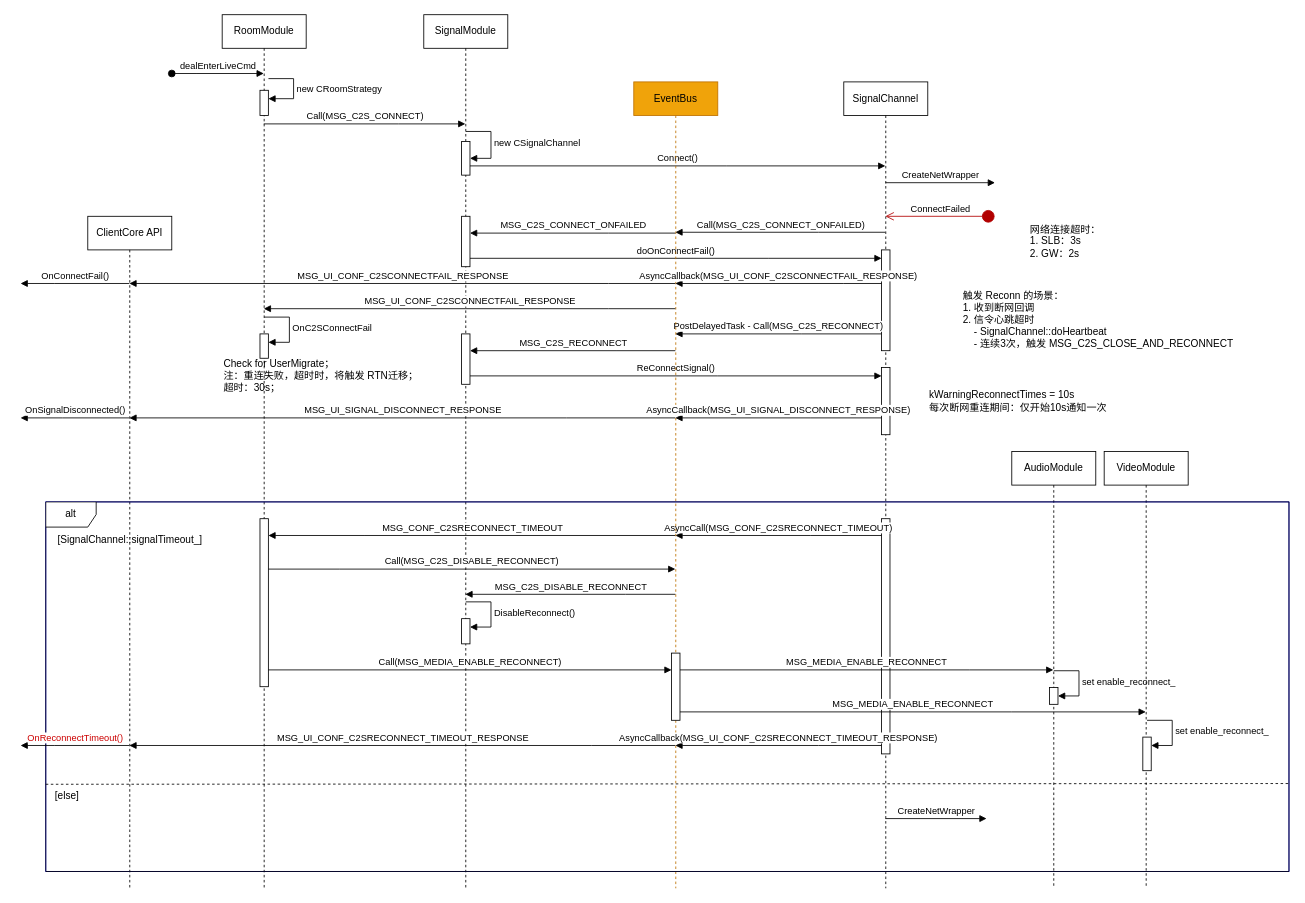
The draw.io diagram reconnect.drawio in cnnop007/arch-docs, before the edit. Source tidied: cells renumbered, new cells numbered last; positions are measured from the earlier drawing's top-left corner, leaving out a move shared by most shapes. Both pictures are drawn from the tidied source at 84%, with x=0, y=0 at pixel (20, 14).
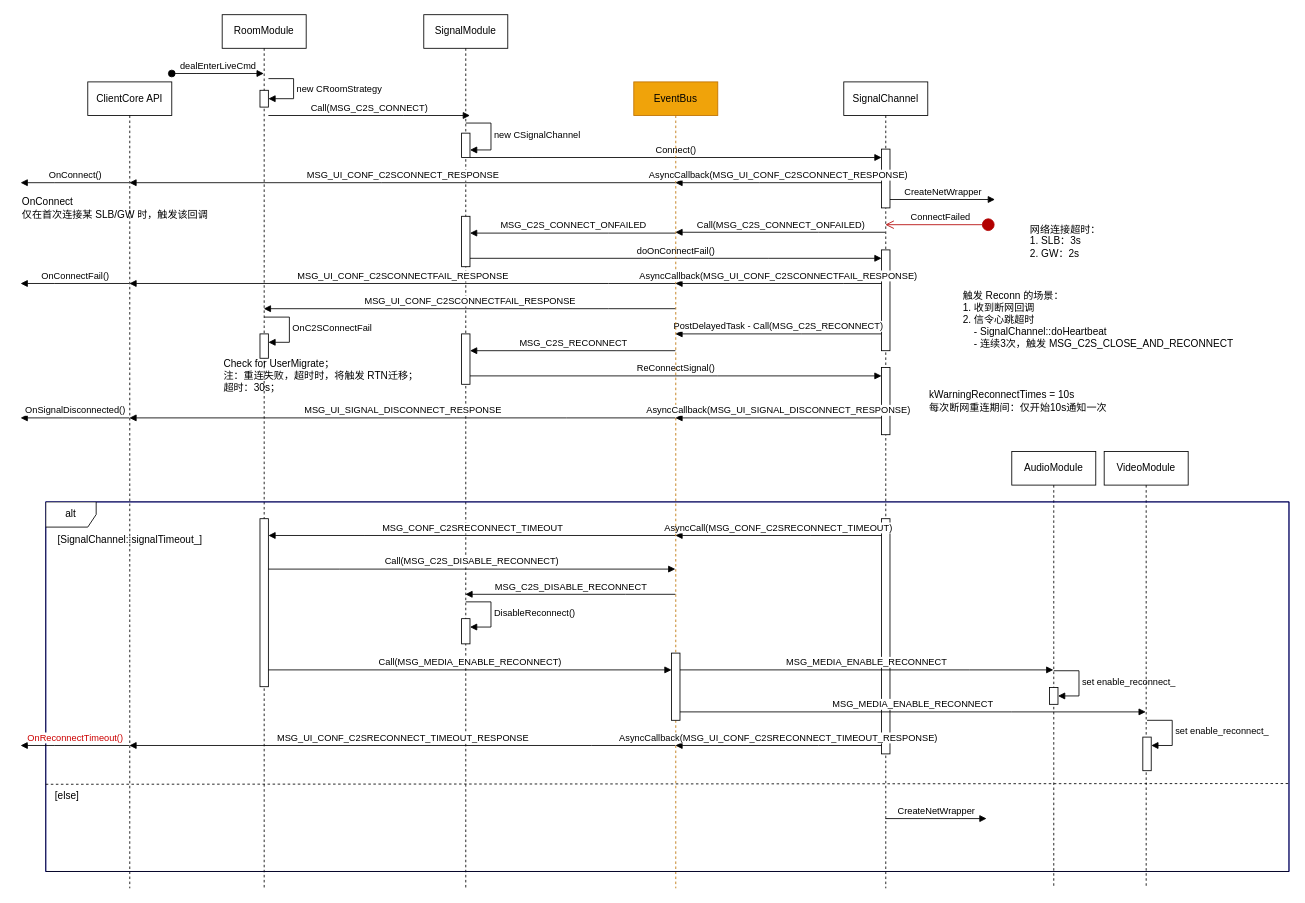
The same diagram, later.

The change refers to these unchanged cells:
```xml
<mxCell id="2" value="RoomModule" style="shape=umlLifeline;perimeter=lifelinePerimeter;whiteSpace=wrap;html=1;outlineConnect=0;portConstraint=eastwest;newEdgeStyle={&quot;edgeStyle&quot;:&quot;elbowEdgeStyle&quot;,&quot;elbow&quot;:&quot;vertical&quot;,&quot;curved&quot;:0,&quot;rounded&quot;:0};" parent="1" vertex="1">
  <mxGeometry x="240" width="100" height="1040" as="geometry" />
</mxCell>
<mxCell id="9" value="SignalModule" style="shape=umlLifeline;perimeter=lifelinePerimeter;whiteSpace=wrap;html=1;outlineConnect=0;portConstraint=eastwest;newEdgeStyle={&quot;edgeStyle&quot;:&quot;elbowEdgeStyle&quot;,&quot;elbow&quot;:&quot;vertical&quot;,&quot;curved&quot;:0,&quot;rounded&quot;:0};" parent="1" vertex="1">
  <mxGeometry x="480" width="100" height="1040" as="geometry" />
</mxCell>
<mxCell id="16" value="SignalChannel" style="shape=umlLifeline;perimeter=lifelinePerimeter;whiteSpace=wrap;html=1;outlineConnect=0;portConstraint=eastwest;newEdgeStyle={&quot;edgeStyle&quot;:&quot;elbowEdgeStyle&quot;,&quot;elbow&quot;:&quot;vertical&quot;,&quot;curved&quot;:0,&quot;rounded&quot;:0};" parent="1" vertex="1">
  <mxGeometry x="980" y="80" width="100" height="960" as="geometry" />
</mxCell>
<mxCell id="28" value="EventBus" style="shape=umlLifeline;perimeter=lifelinePerimeter;whiteSpace=wrap;html=1;outlineConnect=0;portConstraint=eastwest;newEdgeStyle={&quot;edgeStyle&quot;:&quot;elbowEdgeStyle&quot;,&quot;elbow&quot;:&quot;vertical&quot;,&quot;curved&quot;:0,&quot;rounded&quot;:0};strokeColor=#BD7000;fillColor=#f0a30a;fontColor=#000000;" parent="1" vertex="1">
  <mxGeometry x="730" y="80" width="100" height="960" as="geometry" />
</mxCell>
```

Change to the diagram source:
```diff
@@
     <mxCell id="4" style="html=1;points=[];perimeter=orthogonalPerimeter;outlineConnect=0;targetShapes=umlLifeline;portConstraint=eastwest;newEdgeStyle={&quot;edgeStyle&quot;:&quot;elbowEdgeStyle&quot;,&quot;elbow&quot;:&quot;vertical&quot;,&quot;curved&quot;:0,&quot;rounded&quot;:0};" parent="2" vertex="1">
-      <mxGeometry x="45" y="90" width="10" height="30" as="geometry" />
+      <mxGeometry x="45" y="90" width="10" height="20" as="geometry" />
     </mxCell>
@@
     <mxCell id="10" style="html=1;points=[];perimeter=orthogonalPerimeter;outlineConnect=0;targetShapes=umlLifeline;portConstraint=eastwest;newEdgeStyle={&quot;edgeStyle&quot;:&quot;elbowEdgeStyle&quot;,&quot;elbow&quot;:&quot;vertical&quot;,&quot;curved&quot;:0,&quot;rounded&quot;:0};" parent="9" vertex="1">
-      <mxGeometry x="45" y="151" width="10" height="40" as="geometry" />
+      <mxGeometry x="45" y="141" width="10" height="29" as="geometry" />
     </mxCell>
     <mxCell id="11" value="new&amp;nbsp;CSignalChannel" style="html=1;align=left;spacingLeft=2;endArrow=block;rounded=0;edgeStyle=orthogonalEdgeStyle;curved=0;rounded=0;" parent="9" edge="1" target="10">
       <mxGeometry relative="1" as="geometry">
-        <mxPoint x="50" y="139" as="sourcePoint" />
+        <mxPoint x="50" y="129" as="sourcePoint" />
         <Array as="points">
-          <mxPoint x="80" y="139" />
-          <mxPoint x="80" y="171" />
+          <mxPoint x="80" y="129" />
+          <mxPoint x="80" y="161" />
         </Array>
       </mxGeometry>
     </mxCell>
@@
     <mxCell id="15" value="Call(MSG_C2S_CONNECT)" style="html=1;verticalAlign=bottom;endArrow=block;edgeStyle=elbowEdgeStyle;elbow=vertical;curved=0;rounded=0;" parent="1" edge="1">
       <mxGeometry relative="1" as="geometry">
-        <mxPoint x="289.5" y="130" as="sourcePoint" />
-        <mxPoint x="529.5" y="130" as="targetPoint" />
+        <mxPoint x="295" y="120" as="sourcePoint" />
+        <mxPoint x="535" y="120" as="targetPoint" />
         <Array as="points">
-          <mxPoint x="450" y="130" />
-          <mxPoint x="440" y="210" />
-          <mxPoint x="370" y="180" />
+          <mxPoint x="455.5" y="120" />
+          <mxPoint x="445.5" y="200" />
+          <mxPoint x="375.5" y="170" />
         </Array>
       </mxGeometry>
     </mxCell>
@@
+    <mxCell id="67" style="html=1;points=[];perimeter=orthogonalPerimeter;outlineConnect=0;targetShapes=umlLifeline;portConstraint=eastwest;newEdgeStyle={&quot;edgeStyle&quot;:&quot;elbowEdgeStyle&quot;,&quot;elbow&quot;:&quot;vertical&quot;,&quot;curved&quot;:0,&quot;rounded&quot;:0};" parent="16" vertex="1">
+      <mxGeometry x="45" y="80" width="10" height="70" as="geometry" />
+    </mxCell>
-    <mxCell id="20" value="Connect()" style="html=1;verticalAlign=bottom;endArrow=block;edgeStyle=elbowEdgeStyle;elbow=vertical;curved=0;rounded=0;" parent="1" edge="1" source="10" target="16">
+    <mxCell id="20" value="Connect()" style="html=1;verticalAlign=bottom;endArrow=block;edgeStyle=elbowEdgeStyle;elbow=vertical;curved=0;rounded=0;" parent="1" edge="1" source="10" target="67">
       <mxGeometry relative="1" as="geometry">
         <Array as="points">
+          <mxPoint x="610" y="170" />
           <mxPoint x="840" y="180" />
           <mxPoint x="710" y="270" />
           <mxPoint x="630" y="360" />
           <mxPoint x="730" y="340" />
         </Array>
       </mxGeometry>
     </mxCell>
-    <mxCell id="21" value="CreateNetWrapper" style="html=1;verticalAlign=bottom;endArrow=block;edgeStyle=elbowEdgeStyle;elbow=vertical;curved=0;rounded=0;" parent="1" edge="1" source="16">
+    <mxCell id="21" value="CreateNetWrapper" style="html=1;verticalAlign=bottom;endArrow=block;edgeStyle=elbowEdgeStyle;elbow=vertical;curved=0;rounded=0;" parent="1" edge="1" source="67">
       <mxGeometry relative="1" as="geometry">
-        <mxPoint x="1160" y="200" as="targetPoint" />
+        <mxPoint x="1160" y="220" as="targetPoint" />
         <Array as="points">
+          <mxPoint x="1080" y="220" />
+          <mxPoint x="1130" y="210" />
           <mxPoint x="1050" y="200" />
           <mxPoint x="1120" y="300" />
           <mxPoint x="1020" y="390" />
         </Array>
       </mxGeometry>
     </mxCell>
@@
     <mxCell id="36" value="ConnectFailed" style="html=1;verticalAlign=bottom;startArrow=circle;startFill=1;endArrow=open;startSize=6;endSize=8;edgeStyle=elbowEdgeStyle;elbow=vertical;curved=0;rounded=0;fillColor=#e51400;strokeColor=#B20000;" parent="1" edge="1" target="16">
       <mxGeometry relative="1" as="geometry">
-        <mxPoint x="1160" y="240" as="sourcePoint" />
+        <mxPoint x="1160" y="250" as="sourcePoint" />
         <Array as="points">
+          <mxPoint x="1050" y="250" />
           <mxPoint x="1070" y="240" />
           <mxPoint x="1120" y="330" />
           <mxPoint x="1080" y="340" />
           <mxPoint x="1060" y="420" />
         </Array>
       </mxGeometry>
     </mxCell>
@@
     <mxCell id="45" value="ClientCore API" style="shape=umlLifeline;perimeter=lifelinePerimeter;whiteSpace=wrap;html=1;outlineConnect=0;portConstraint=eastwest;newEdgeStyle={&quot;edgeStyle&quot;:&quot;elbowEdgeStyle&quot;,&quot;elbow&quot;:&quot;vertical&quot;,&quot;curved&quot;:0,&quot;rounded&quot;:0};" parent="1" vertex="1">
-      <mxGeometry x="80" y="240" width="100" height="800" as="geometry" />
+      <mxGeometry x="80" y="80" width="100" height="960" as="geometry" />
     </mxCell>
@@
+    <mxCell id="68" value="AsyncCallback(MSG_UI_CONF_C2SCONNECT_RESPONSE)" style="html=1;verticalAlign=bottom;endArrow=block;edgeStyle=elbowEdgeStyle;elbow=vertical;curved=0;rounded=0;" parent="1" edge="1" source="67" target="28">
+      <mxGeometry relative="1" as="geometry">
+        <Array as="points">
+          <mxPoint x="880" y="200" />
+        </Array>
+      </mxGeometry>
+    </mxCell>
+    <mxCell id="69" value="MSG_UI_CONF_C2SCONNECT_RESPONSE" style="html=1;verticalAlign=bottom;endArrow=block;edgeStyle=elbowEdgeStyle;elbow=vertical;curved=0;rounded=0;" parent="1" edge="1" source="28" target="45">
+      <mxGeometry relative="1" as="geometry">
+        <Array as="points">
+          <mxPoint x="430" y="200" />
+        </Array>
+      </mxGeometry>
+    </mxCell>
+    <mxCell id="70" value="OnConnect()" style="html=1;verticalAlign=bottom;endArrow=block;edgeStyle=elbowEdgeStyle;elbow=vertical;curved=0;rounded=0;" parent="1" edge="1" source="45">
+      <mxGeometry relative="1" as="geometry">
+        <mxPoint y="200" as="targetPoint" />
+      </mxGeometry>
+    </mxCell>
+    <mxCell id="71" value="OnConnect&lt;br&gt;仅在首次连接某 SLB/GW 时，触发该回调" style="text;html=1;align=left;verticalAlign=middle;strokeColor=none;fillColor=none;" parent="1" vertex="1">
+      <mxGeometry y="210" width="240" height="40" as="geometry" />
+    </mxCell>
```
